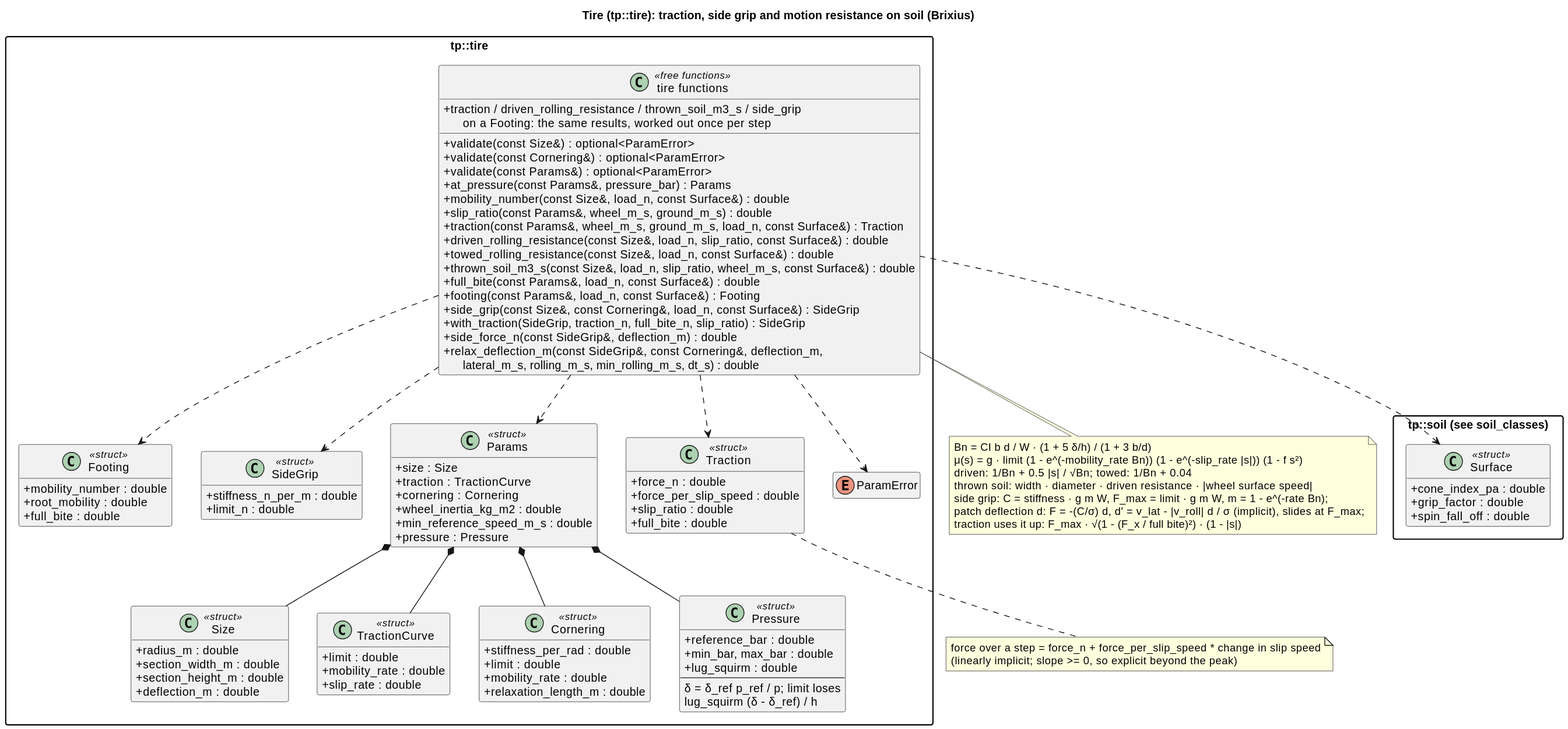
wversteeg/TractorPulling keeps this PlantUML diagram as docs/diagrams/svg/tire_classes.svg. Above is the earlier version.
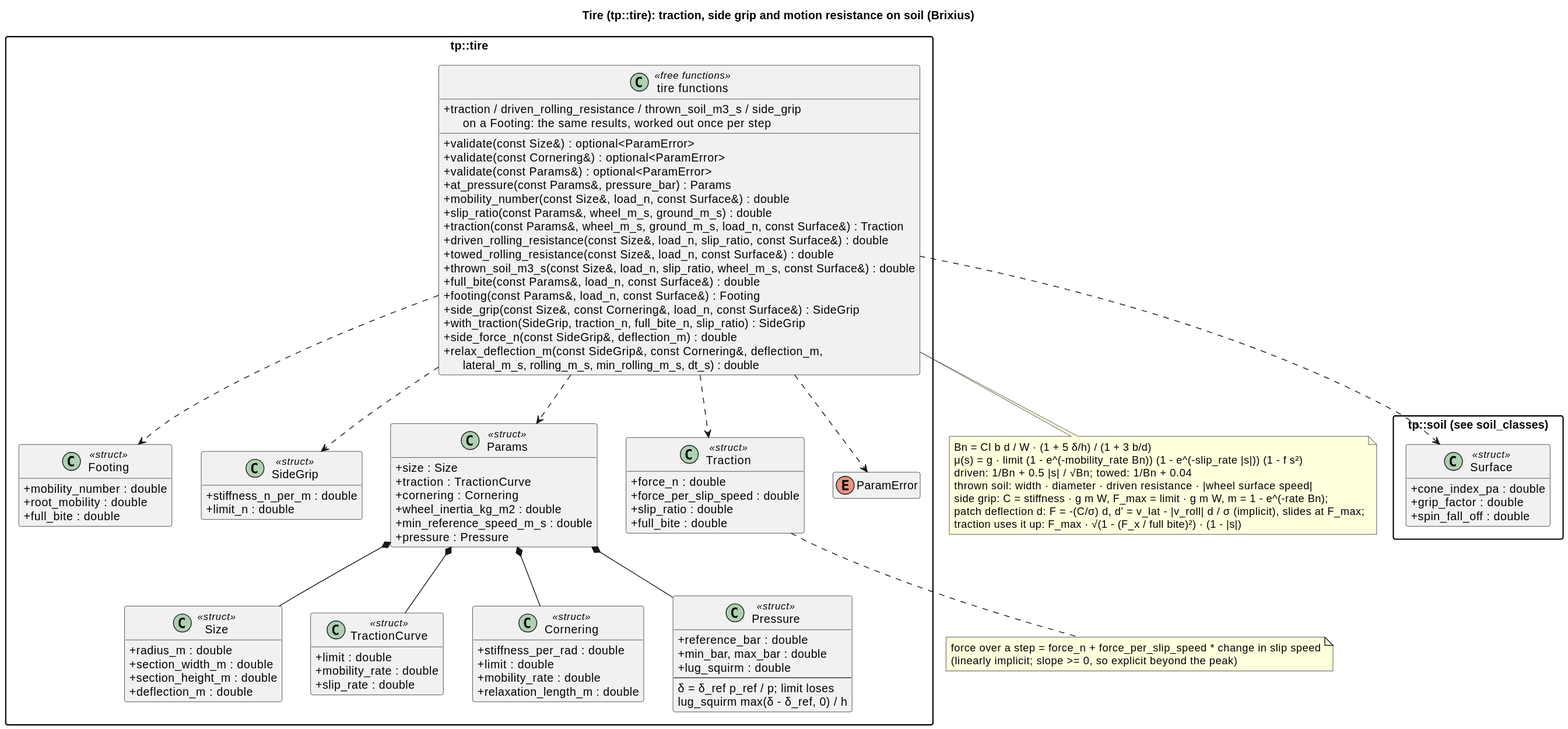
Above is the later version.

What changed in the source:
```diff
@@ -53,7 +53,7 @@
     +lug_squirm : double
     --
     δ = δ_ref p_ref / p; limit loses
-    lug_squirm (δ - δ_ref) / h
+    lug_squirm max(δ - δ_ref, 0) / h
   }
   class Traction <<struct>> {
     +force_n : double
```
